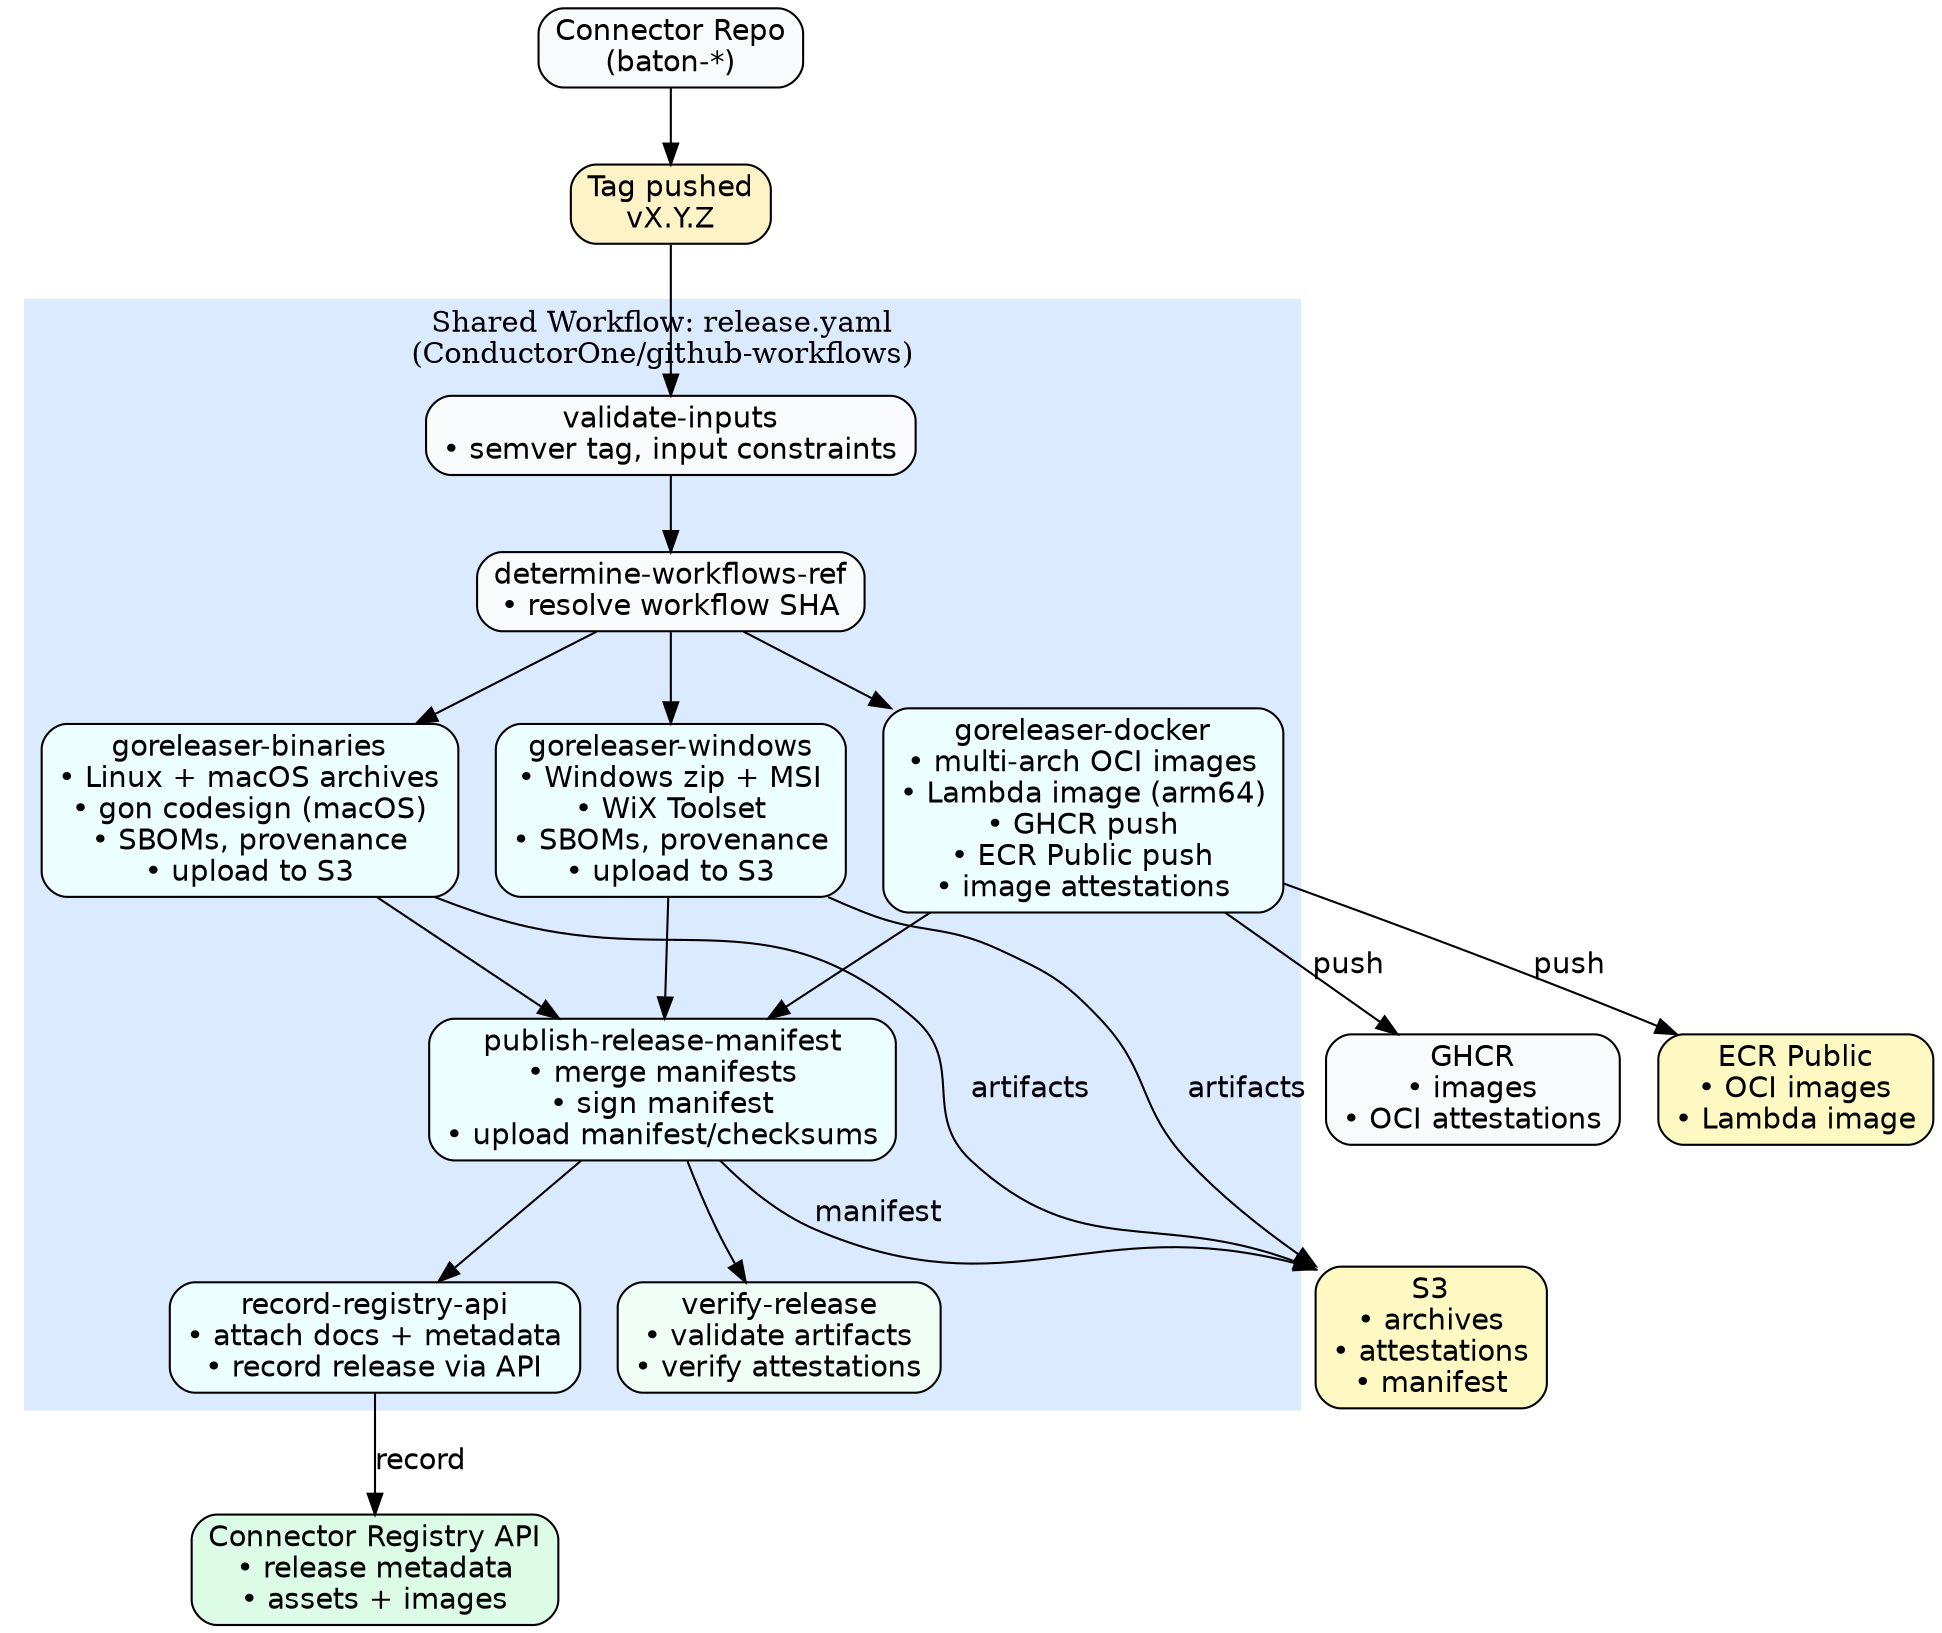
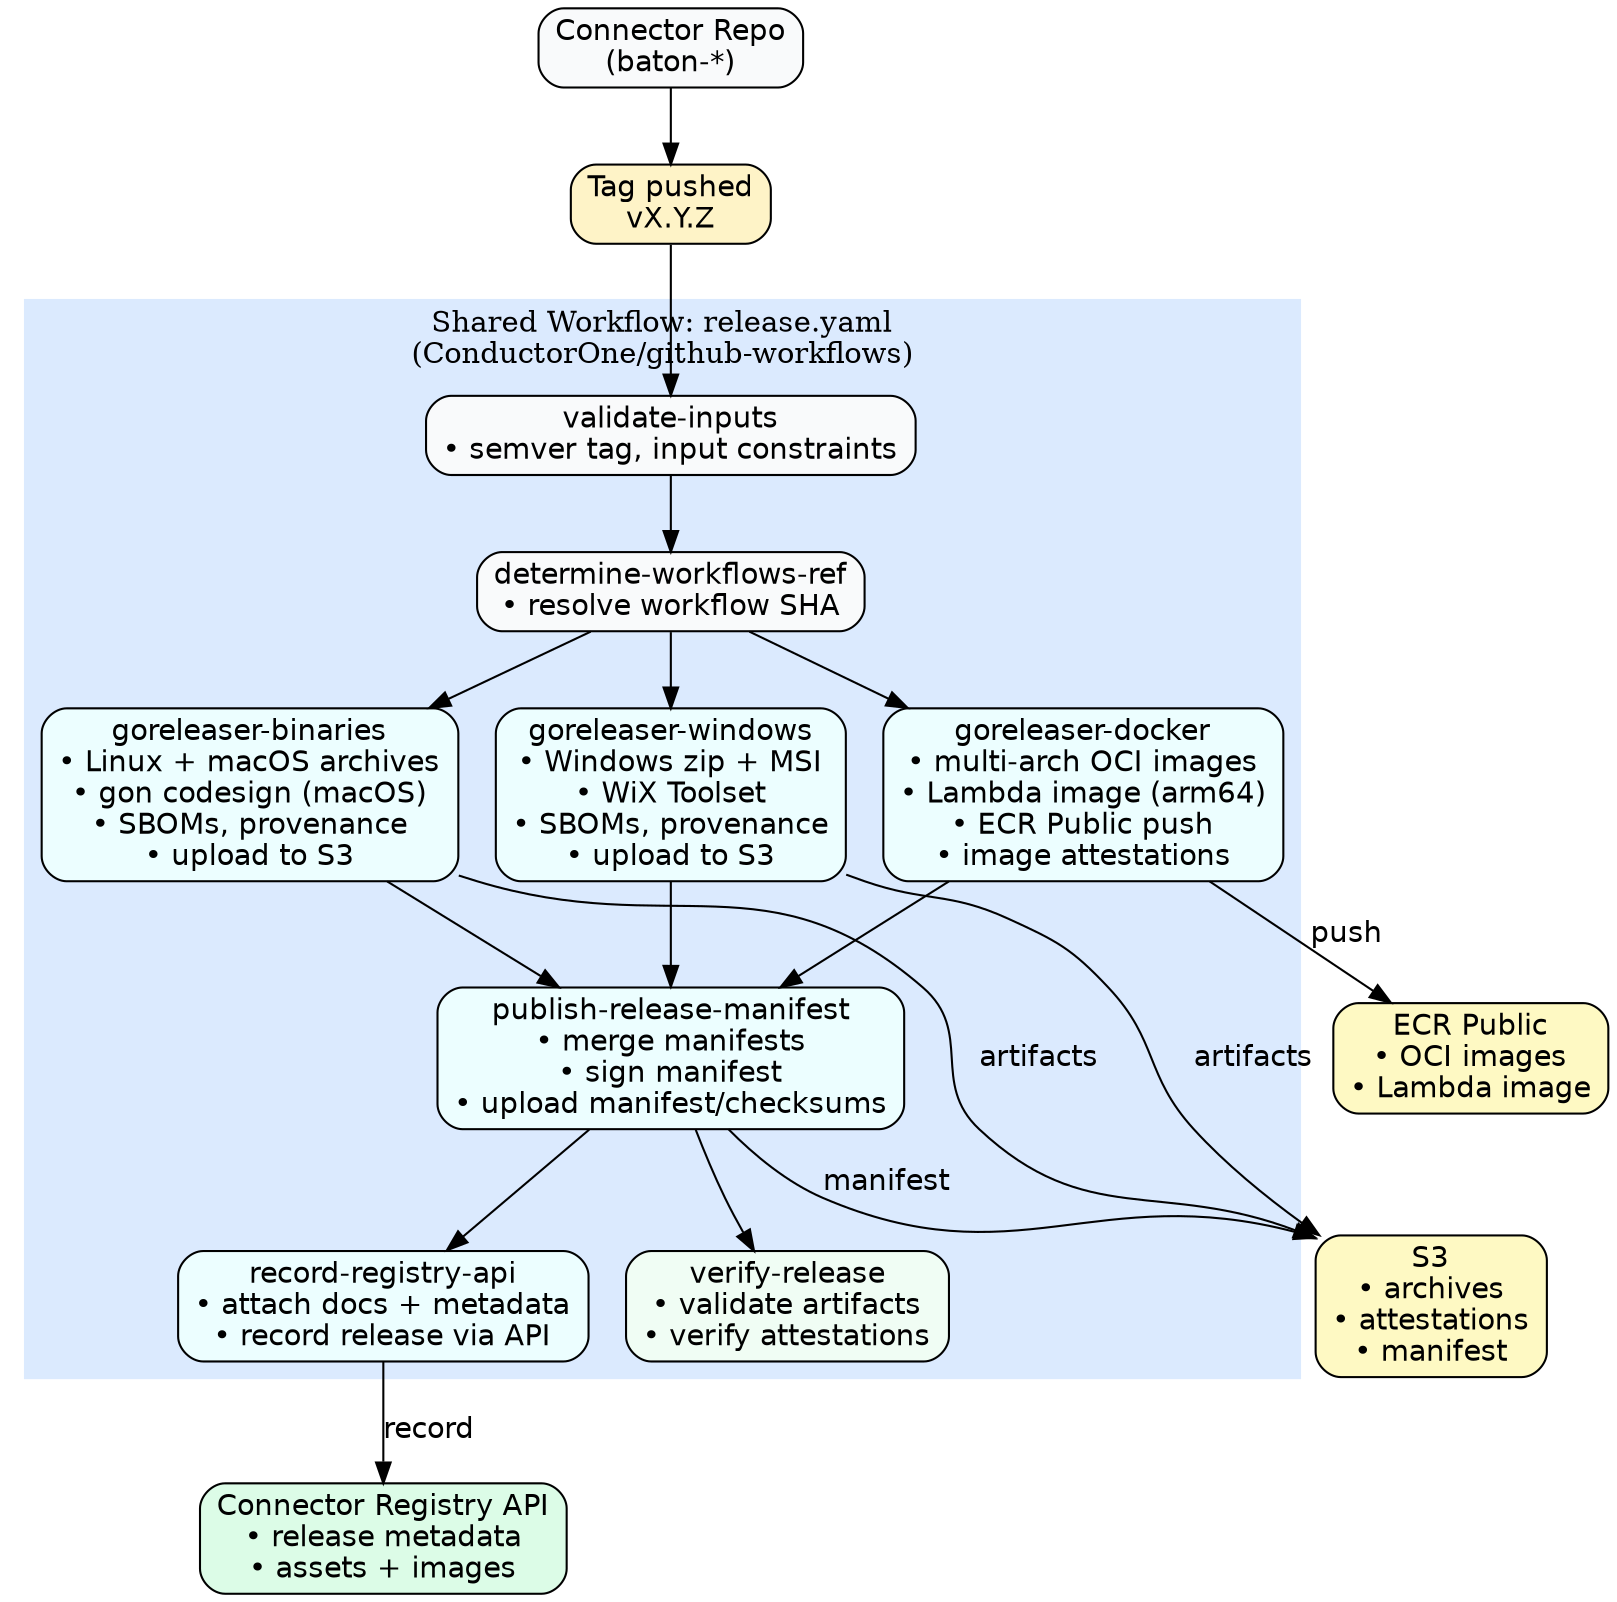
digraph ReleaseWorkflow {
  rankdir=TB;
  node [shape=box, style="rounded,filled", fillcolor=white, fontname="Helvetica"];
  edge [fontname="Helvetica"];

  // Connector repo calls shared workflow
  connector_repo [label="Connector Repo\n(baton-*)", fillcolor="#f9fafb"];
  tag [label="Tag pushed\nvX.Y.Z", fillcolor="#fef3c7"];

  // Shared workflow cluster
  subgraph cluster_jobs {
    label = "Shared Workflow: release.yaml\n(ConductorOne/github-workflows)";
    style="filled";
    color="#dbeafe";

    validate [label="validate-inputs\n• semver tag, input constraints", fillcolor="#f9fafb"];

    determine_ref [label="determine-workflows-ref\n• resolve workflow SHA", fillcolor="#f9fafb"];

    binaries [label="goreleaser-binaries\n• Linux + macOS archives\n• gon codesign (macOS)\n• SBOMs, provenance\n• upload to S3", fillcolor="#ecfeff"];

    windows [label="goreleaser-windows\n• Windows zip + MSI\n• WiX Toolset\n• SBOMs, provenance\n• upload to S3", fillcolor="#ecfeff"];

-     docker [label="goreleaser-docker\n• multi-arch OCI images\n• Lambda image (arm64)\n• GHCR push\n• ECR Public push\n• image attestations", fillcolor="#ecfeff"];
+     docker [label="goreleaser-docker\n• multi-arch OCI images\n• Lambda image (arm64)\n• ECR Public push\n• image attestations", fillcolor="#ecfeff"];

    record [label="publish-release-manifest\n• merge manifests\n• sign manifest\n• upload manifest/checksums", fillcolor="#ecfeff"];

    registry_api [label="record-registry-api\n• attach docs + metadata\n• record release via API", fillcolor="#ecfeff"];

    verify [label="verify-release\n• validate artifacts\n• verify attestations", fillcolor="#f0fdf4"];
  }

  // Outputs
  s3 [label="S3\n• archives\n• attestations\n• manifest", fillcolor="#fef9c3"];
-   ghcr [label="GHCR\n• images\n• OCI attestations", fillcolor="#f9fafb"];
  ecr [label="ECR Public\n• OCI images\n• Lambda image", fillcolor="#fef9c3"];
  registry [label="Connector Registry API\n• release metadata\n• assets + images", fillcolor="#dcfce7"];

  // Flow
  connector_repo -> tag;
  tag -> validate;
  validate -> determine_ref;
  determine_ref -> binaries;
  determine_ref -> windows;
  determine_ref -> docker;
  binaries -> record;
  windows -> record;
  docker -> record;
  binaries -> s3 [label="artifacts"];
  windows -> s3 [label="artifacts"];
-   docker -> ghcr [label="push"];
  docker -> ecr [label="push"];
  record -> s3 [label="manifest"];
  record -> registry_api;
  registry_api -> registry [label="record"];
  record -> verify;
}
